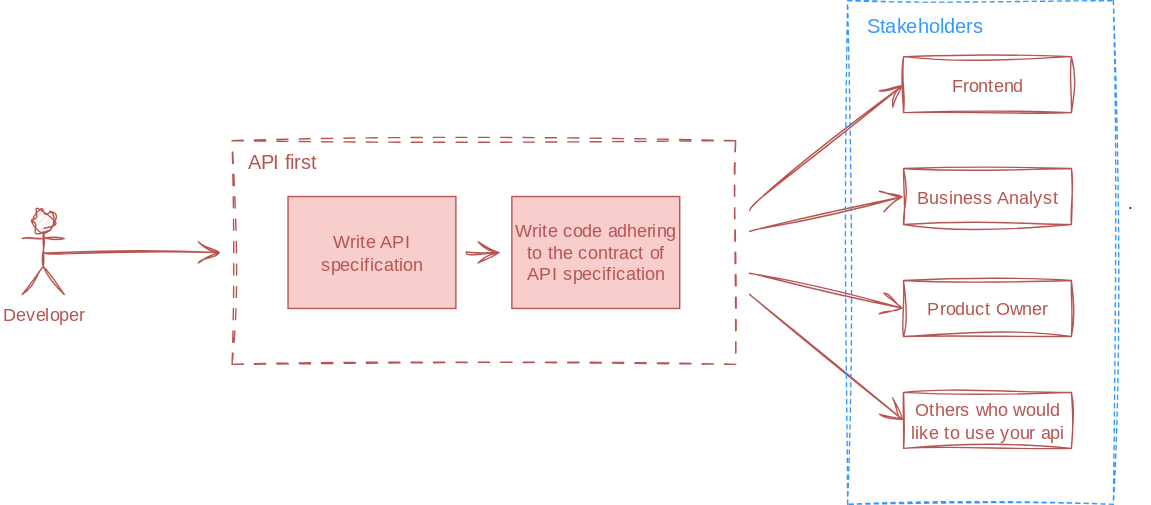
This is pages/craft/api-first/img/design-first.svg from paul58914080/paul58914080.github.io, a draw.io export, as it was before one commit. Source tidied: cells renumbered, new cells last; positions are measured from the earlier drawing's top-left corner, leaving out a move shared by most shapes. The source it was exported from:
```xml
<mxGraphModel>
  <root>
    <mxCell id="0" />
    <mxCell id="1" parent="0" />
    <mxCell id="2" style="rounded=0;whiteSpace=wrap;html=1;fontFamily=Architects Daughter;fontSource=https%3A%2F%2Ffonts.googleapis.com%2Fcss%3Ffamily%3DArchitects%2BDaughter;align=left;sketch=1;curveFitting=1;jiggle=2;dashed=1;dashPattern=8 8;fillColor=none;strokeColor=#b85450;" parent="1" vertex="1">
      <mxGeometry x="150" y="100" width="360" height="160" as="geometry" />
    </mxCell>
    <mxCell id="3" style="edgeStyle=none;curved=1;rounded=0;jettySize=auto;html=1;exitX=0.5;exitY=0.5;exitDx=0;exitDy=0;exitPerimeter=0;fontFamily=Architects Daughter;fontSource=https%3A%2F%2Ffonts.googleapis.com%2Fcss%3Ffamily%3DArchitects%2BDaughter;fontSize=16;startSize=14;endArrow=open;endSize=14;sourcePerimeterSpacing=8;targetPerimeterSpacing=8;sketch=1;curveFitting=1;jiggle=2;fillColor=#f8cecc;strokeColor=#b85450;" parent="1" edge="1" source="4" target="2">
      <mxGeometry relative="1" as="geometry" />
    </mxCell>
    <mxCell id="4" value="&lt;font style=&quot;color: rgb(184, 84, 80); font-size: 13px;&quot;&gt;Developer&lt;/font&gt;" style="shape=umlActor;verticalLabelPosition=bottom;verticalAlign=top;html=1;outlineConnect=0;fontFamily=Architects Daughter;fontSource=https%3A%2F%2Ffonts.googleapis.com%2Fcss%3Ffamily%3DArchitects%2BDaughter;sketch=1;curveFitting=1;jiggle=2;fillColor=#f8cecc;strokeColor=#b85450;" parent="1" vertex="1">
      <mxGeometry y="150" width="30" height="60" as="geometry" />
    </mxCell>
    <mxCell id="5" style="edgeStyle=none;curved=1;rounded=0;jettySize=auto;html=1;fontFamily=Architects Daughter;fontSource=https%3A%2F%2Ffonts.googleapis.com%2Fcss%3Ffamily%3DArchitects%2BDaughter;fontSize=16;startSize=14;endArrow=open;endSize=14;sourcePerimeterSpacing=8;targetPerimeterSpacing=8;sketch=1;curveFitting=1;jiggle=2;strokeColor=#B85450;" parent="1" edge="1" source="6" target="7">
      <mxGeometry relative="1" as="geometry" />
    </mxCell>
    <mxCell id="6" value="&lt;font style=&quot;color: rgb(184, 84, 80); font-size: 13px;&quot;&gt;Write API specification&lt;/font&gt;" style="rounded=0;whiteSpace=wrap;html=1;fontFamily=Architects Daughter;fontSource=https%3A%2F%2Ffonts.googleapis.com%2Fcss%3Ffamily%3DArchitects%2BDaughter;fillColor=#f8cecc;strokeColor=#b85450;" parent="1" vertex="1">
      <mxGeometry x="190" y="140" width="120" height="80" as="geometry" />
    </mxCell>
    <mxCell id="7" value="&lt;font style=&quot;color: rgb(184, 84, 80); font-size: 13px;&quot;&gt;Write code adhering to the contract of API specification&lt;/font&gt;" style="rounded=0;whiteSpace=wrap;html=1;fontFamily=Architects Daughter;fontSource=https%3A%2F%2Ffonts.googleapis.com%2Fcss%3Ffamily%3DArchitects%2BDaughter;fillColor=#f8cecc;strokeColor=#b85450;" parent="1" vertex="1">
      <mxGeometry x="350" y="140" width="120" height="80" as="geometry" />
    </mxCell>
    <mxCell id="8" style="edgeStyle=none;curved=1;rounded=0;jettySize=auto;html=1;entryX=0;entryY=0.5;entryDx=0;entryDy=0;fontFamily=Architects Daughter;fontSource=https%3A%2F%2Ffonts.googleapis.com%2Fcss%3Ffamily%3DArchitects%2BDaughter;fontSize=13;startSize=14;endArrow=open;endSize=14;sourcePerimeterSpacing=8;targetPerimeterSpacing=8;sketch=1;curveFitting=1;jiggle=2;fillColor=#f8cecc;strokeColor=#b85450;shadow=0;exitX=1;exitY=0;exitDx=0;exitDy=0;" parent="1" edge="1" target="12">
      <mxGeometry relative="1" as="geometry">
        <mxPoint x="520" y="150" as="sourcePoint" />
      </mxGeometry>
    </mxCell>
    <mxCell id="9" style="edgeStyle=none;curved=1;rounded=0;jettySize=auto;html=1;exitX=1;exitY=0.75;exitDx=0;exitDy=0;entryX=0;entryY=0.5;entryDx=0;entryDy=0;fontFamily=Architects Daughter;fontSource=https%3A%2F%2Ffonts.googleapis.com%2Fcss%3Ffamily%3DArchitects%2BDaughter;fontSize=13;startSize=14;endArrow=open;endSize=14;sourcePerimeterSpacing=8;targetPerimeterSpacing=8;sketch=1;curveFitting=1;jiggle=2;fillColor=#f8cecc;strokeColor=#b85450;shadow=0;" parent="1" edge="1" target="14">
      <mxGeometry relative="1" as="geometry">
        <mxPoint x="520" y="195" as="sourcePoint" />
      </mxGeometry>
    </mxCell>
    <mxCell id="10" style="edgeStyle=none;curved=1;rounded=0;jettySize=auto;html=1;exitX=1;exitY=1;exitDx=0;exitDy=0;entryX=0;entryY=0.5;entryDx=0;entryDy=0;fontFamily=Architects Daughter;fontSource=https%3A%2F%2Ffonts.googleapis.com%2Fcss%3Ffamily%3DArchitects%2BDaughter;fontSize=13;startSize=14;endArrow=open;endSize=14;sourcePerimeterSpacing=8;targetPerimeterSpacing=8;sketch=1;curveFitting=1;jiggle=2;fillColor=#f8cecc;strokeColor=#b85450;shadow=0;" parent="1" edge="1" target="15">
      <mxGeometry relative="1" as="geometry">
        <mxPoint x="520" y="210" as="sourcePoint" />
      </mxGeometry>
    </mxCell>
    <mxCell id="11" style="edgeStyle=none;curved=1;rounded=0;jettySize=auto;html=1;exitX=1;exitY=0.25;exitDx=0;exitDy=0;entryX=0;entryY=0.5;entryDx=0;entryDy=0;fontFamily=Architects Daughter;fontSource=https%3A%2F%2Ffonts.googleapis.com%2Fcss%3Ffamily%3DArchitects%2BDaughter;fontSize=13;startSize=14;endArrow=open;endSize=14;sourcePerimeterSpacing=8;targetPerimeterSpacing=8;sketch=1;curveFitting=1;jiggle=2;fillColor=#f8cecc;strokeColor=#b85450;shadow=0;" parent="1" edge="1" target="13">
      <mxGeometry relative="1" as="geometry">
        <mxPoint x="520" y="165" as="sourcePoint" />
      </mxGeometry>
    </mxCell>
    <mxCell id="12" value="&lt;font style=&quot;color: rgb(184, 84, 80);&quot;&gt;Frontend&lt;/font&gt;" style="rounded=0;whiteSpace=wrap;html=1;fontFamily=Architects Daughter;fontSource=https%3A%2F%2Ffonts.googleapis.com%2Fcss%3Ffamily%3DArchitects%2BDaughter;sketch=1;curveFitting=1;jiggle=2;fillColor=none;strokeColor=#B85450;shadow=0;align=center;verticalAlign=middle;fontSize=13;fontColor=default;" parent="1" vertex="1">
      <mxGeometry x="630" y="40" width="120" height="40" as="geometry" />
    </mxCell>
    <mxCell id="13" value="&lt;font style=&quot;color: rgb(184, 84, 80);&quot;&gt;Business Analyst&lt;/font&gt;" style="rounded=0;whiteSpace=wrap;html=1;fontFamily=Architects Daughter;fontSource=https%3A%2F%2Ffonts.googleapis.com%2Fcss%3Ffamily%3DArchitects%2BDaughter;sketch=1;curveFitting=1;jiggle=2;fillColor=none;strokeColor=#B85450;shadow=0;align=center;verticalAlign=middle;fontSize=13;fontColor=default;" parent="1" vertex="1">
      <mxGeometry x="630" y="120" width="120" height="40" as="geometry" />
    </mxCell>
    <mxCell id="14" value="&lt;font style=&quot;color: rgb(184, 84, 80);&quot;&gt;Product Owner&lt;/font&gt;" style="rounded=0;whiteSpace=wrap;html=1;fontFamily=Architects Daughter;fontSource=https%3A%2F%2Ffonts.googleapis.com%2Fcss%3Ffamily%3DArchitects%2BDaughter;sketch=1;curveFitting=1;jiggle=2;fillColor=none;strokeColor=#B85450;shadow=0;align=center;verticalAlign=middle;fontSize=13;fontColor=default;" parent="1" vertex="1">
      <mxGeometry x="630" y="200" width="120" height="40" as="geometry" />
    </mxCell>
    <mxCell id="15" value="&lt;font style=&quot;color: rgb(184, 84, 80);&quot;&gt;Others who would like to use your api&lt;/font&gt;" style="rounded=0;whiteSpace=wrap;html=1;fontFamily=Architects Daughter;fontSource=https%3A%2F%2Ffonts.googleapis.com%2Fcss%3Ffamily%3DArchitects%2BDaughter;sketch=1;curveFitting=1;jiggle=2;fillColor=none;strokeColor=#B85450;shadow=0;align=center;verticalAlign=middle;fontSize=13;fontColor=default;" parent="1" vertex="1">
      <mxGeometry x="630" y="280" width="120" height="40" as="geometry" />
    </mxCell>
    <mxCell id="16" value="&lt;font style=&quot;color: rgb(184, 84, 80); font-size: 14px;&quot;&gt;API first&lt;/font&gt;" style="text;html=1;align=center;verticalAlign=middle;whiteSpace=wrap;rounded=0;fontFamily=Architects Daughter;fontSource=https%3A%2F%2Ffonts.googleapis.com%2Fcss%3Ffamily%3DArchitects%2BDaughter;" parent="1" vertex="1">
      <mxGeometry x="156" y="100" width="60" height="30" as="geometry" />
    </mxCell>
    <mxCell id="17" style="rounded=0;whiteSpace=wrap;html=1;fontFamily=Architects Daughter;fontSource=https%3A%2F%2Ffonts.googleapis.com%2Fcss%3Ffamily%3DArchitects%2BDaughter;fillColor=none;sketch=1;curveFitting=1;jiggle=2;strokeColor=#3399FF;dashed=1;" parent="1" vertex="1">
      <mxGeometry x="590" width="190" height="360" as="geometry" />
    </mxCell>
    <mxCell id="18" value="&lt;font style=&quot;font-size: 14px; color: rgb(51, 153, 255);&quot;&gt;Stakeholders&lt;/font&gt;" style="text;html=1;align=center;verticalAlign=middle;whiteSpace=wrap;rounded=0;fontFamily=Architects Daughter;fontSource=https%3A%2F%2Ffonts.googleapis.com%2Fcss%3Ffamily%3DArchitects%2BDaughter;" parent="1" vertex="1">
      <mxGeometry x="601" y="3" width="89" height="30" as="geometry" />
    </mxCell>
    <mxCell id="19" value="&lt;font style=&quot;color: rgb(31, 32, 40);&quot;&gt;.&lt;/font&gt;" style="text;html=1;align=center;verticalAlign=middle;whiteSpace=wrap;rounded=0;fontFamily=Architects Daughter;fontSource=https%3A%2F%2Ffonts.googleapis.com%2Fcss%3Ffamily%3DArchitects%2BDaughter;" parent="1" vertex="1">
      <mxGeometry x="777" y="130" width="30" height="30" as="geometry" />
    </mxCell>
  </root>
</mxGraphModel>
```
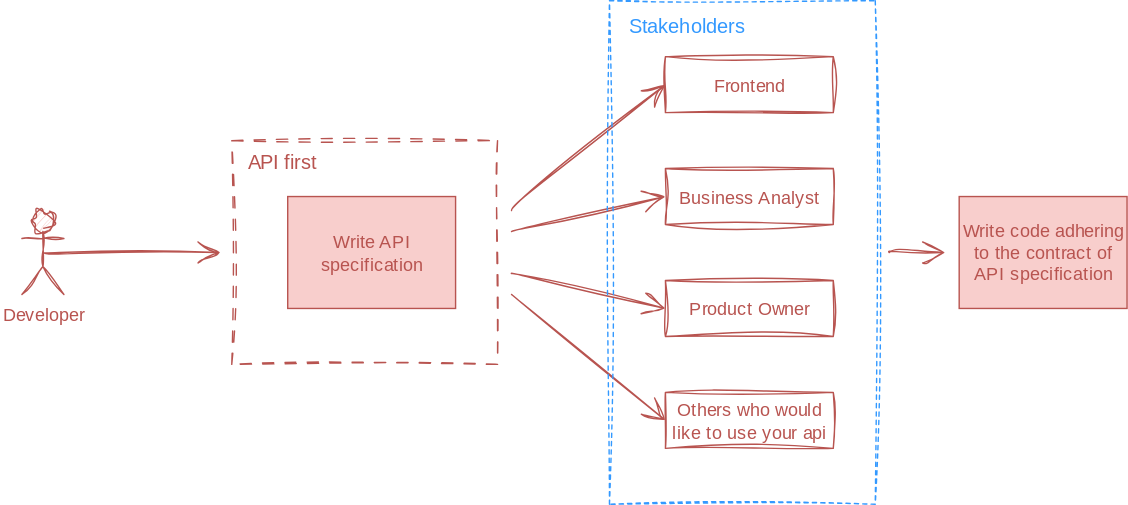
Above is the later version.

Commit message:
Deployed a4ff106 with MkDocs version: 1.4.3

The edit, as a diff of the source:
```diff
@@ -3,22 +3,19 @@
     <mxCell id="0" />
     <mxCell id="1" parent="0" />
     <mxCell id="2" style="rounded=0;whiteSpace=wrap;html=1;fontFamily=Architects Daughter;fontSource=https%3A%2F%2Ffonts.googleapis.com%2Fcss%3Ffamily%3DArchitects%2BDaughter;align=left;sketch=1;curveFitting=1;jiggle=2;dashed=1;dashPattern=8 8;fillColor=none;strokeColor=#b85450;" parent="1" vertex="1">
-      <mxGeometry x="150" y="100" width="360" height="160" as="geometry" />
+      <mxGeometry x="320" y="100" width="190" height="160" as="geometry" />
     </mxCell>
     <mxCell id="3" style="edgeStyle=none;curved=1;rounded=0;jettySize=auto;html=1;exitX=0.5;exitY=0.5;exitDx=0;exitDy=0;exitPerimeter=0;fontFamily=Architects Daughter;fontSource=https%3A%2F%2Ffonts.googleapis.com%2Fcss%3Ffamily%3DArchitects%2BDaughter;fontSize=16;startSize=14;endArrow=open;endSize=14;sourcePerimeterSpacing=8;targetPerimeterSpacing=8;sketch=1;curveFitting=1;jiggle=2;fillColor=#f8cecc;strokeColor=#b85450;" parent="1" edge="1" source="4" target="2">
       <mxGeometry relative="1" as="geometry" />
     </mxCell>
     <mxCell id="4" value="&lt;font style=&quot;color: rgb(184, 84, 80); font-size: 13px;&quot;&gt;Developer&lt;/font&gt;" style="shape=umlActor;verticalLabelPosition=bottom;verticalAlign=top;html=1;outlineConnect=0;fontFamily=Architects Daughter;fontSource=https%3A%2F%2Ffonts.googleapis.com%2Fcss%3Ffamily%3DArchitects%2BDaughter;sketch=1;curveFitting=1;jiggle=2;fillColor=#f8cecc;strokeColor=#b85450;" parent="1" vertex="1">
-      <mxGeometry y="150" width="30" height="60" as="geometry" />
+      <mxGeometry x="170" y="150" width="30" height="60" as="geometry" />
     </mxCell>
-    <mxCell id="5" style="edgeStyle=none;curved=1;rounded=0;jettySize=auto;html=1;fontFamily=Architects Daughter;fontSource=https%3A%2F%2Ffonts.googleapis.com%2Fcss%3Ffamily%3DArchitects%2BDaughter;fontSize=16;startSize=14;endArrow=open;endSize=14;sourcePerimeterSpacing=8;targetPerimeterSpacing=8;sketch=1;curveFitting=1;jiggle=2;strokeColor=#B85450;" parent="1" edge="1" source="6" target="7">
-      <mxGeometry relative="1" as="geometry" />
-    </mxCell>
     <mxCell id="6" value="&lt;font style=&quot;color: rgb(184, 84, 80); font-size: 13px;&quot;&gt;Write API specification&lt;/font&gt;" style="rounded=0;whiteSpace=wrap;html=1;fontFamily=Architects Daughter;fontSource=https%3A%2F%2Ffonts.googleapis.com%2Fcss%3Ffamily%3DArchitects%2BDaughter;fillColor=#f8cecc;strokeColor=#b85450;" parent="1" vertex="1">
-      <mxGeometry x="190" y="140" width="120" height="80" as="geometry" />
+      <mxGeometry x="360" y="140" width="120" height="80" as="geometry" />
     </mxCell>
     <mxCell id="7" value="&lt;font style=&quot;color: rgb(184, 84, 80); font-size: 13px;&quot;&gt;Write code adhering to the contract of API specification&lt;/font&gt;" style="rounded=0;whiteSpace=wrap;html=1;fontFamily=Architects Daughter;fontSource=https%3A%2F%2Ffonts.googleapis.com%2Fcss%3Ffamily%3DArchitects%2BDaughter;fillColor=#f8cecc;strokeColor=#b85450;" parent="1" vertex="1">
-      <mxGeometry x="350" y="140" width="120" height="80" as="geometry" />
+      <mxGeometry x="840" y="140" width="120" height="80" as="geometry" />
     </mxCell>
     <mxCell id="8" style="edgeStyle=none;curved=1;rounded=0;jettySize=auto;html=1;entryX=0;entryY=0.5;entryDx=0;entryDy=0;fontFamily=Architects Daughter;fontSource=https%3A%2F%2Ffonts.googleapis.com%2Fcss%3Ffamily%3DArchitects%2BDaughter;fontSize=13;startSize=14;endArrow=open;endSize=14;sourcePerimeterSpacing=8;targetPerimeterSpacing=8;sketch=1;curveFitting=1;jiggle=2;fillColor=#f8cecc;strokeColor=#b85450;shadow=0;exitX=1;exitY=0;exitDx=0;exitDy=0;" parent="1" edge="1" target="12">
       <mxGeometry relative="1" as="geometry">
@@ -53,7 +50,7 @@
       <mxGeometry x="630" y="280" width="120" height="40" as="geometry" />
     </mxCell>
     <mxCell id="16" value="&lt;font style=&quot;color: rgb(184, 84, 80); font-size: 14px;&quot;&gt;API first&lt;/font&gt;" style="text;html=1;align=center;verticalAlign=middle;whiteSpace=wrap;rounded=0;fontFamily=Architects Daughter;fontSource=https%3A%2F%2Ffonts.googleapis.com%2Fcss%3Ffamily%3DArchitects%2BDaughter;" parent="1" vertex="1">
-      <mxGeometry x="156" y="100" width="60" height="30" as="geometry" />
+      <mxGeometry x="326" y="100" width="60" height="30" as="geometry" />
     </mxCell>
     <mxCell id="17" style="rounded=0;whiteSpace=wrap;html=1;fontFamily=Architects Daughter;fontSource=https%3A%2F%2Ffonts.googleapis.com%2Fcss%3Ffamily%3DArchitects%2BDaughter;fillColor=none;sketch=1;curveFitting=1;jiggle=2;strokeColor=#3399FF;dashed=1;" parent="1" vertex="1">
       <mxGeometry x="590" width="190" height="360" as="geometry" />
@@ -61,8 +58,11 @@
     <mxCell id="18" value="&lt;font style=&quot;font-size: 14px; color: rgb(51, 153, 255);&quot;&gt;Stakeholders&lt;/font&gt;" style="text;html=1;align=center;verticalAlign=middle;whiteSpace=wrap;rounded=0;fontFamily=Architects Daughter;fontSource=https%3A%2F%2Ffonts.googleapis.com%2Fcss%3Ffamily%3DArchitects%2BDaughter;" parent="1" vertex="1">
       <mxGeometry x="601" y="3" width="89" height="30" as="geometry" />
     </mxCell>
-    <mxCell id="19" value="&lt;font style=&quot;color: rgb(31, 32, 40);&quot;&gt;.&lt;/font&gt;" style="text;html=1;align=center;verticalAlign=middle;whiteSpace=wrap;rounded=0;fontFamily=Architects Daughter;fontSource=https%3A%2F%2Ffonts.googleapis.com%2Fcss%3Ffamily%3DArchitects%2BDaughter;" parent="1" vertex="1">
-      <mxGeometry x="777" y="130" width="30" height="30" as="geometry" />
-    </mxCell>
+    <mxCell id="20" style="edgeStyle=none;orthogonalLoop=1;jettySize=auto;html=1;rounded=0;fontFamily=Architects Daughter;fontSource=https%3A%2F%2Ffonts.googleapis.com%2Fcss%3Ffamily%3DArchitects%2BDaughter;fontSize=16;startSize=14;endArrow=open;endSize=14;sourcePerimeterSpacing=8;targetPerimeterSpacing=8;curved=1;sketch=1;curveFitting=1;jiggle=2;fillColor=#f8cecc;strokeColor=#b85450;" parent="1" edge="1">
+      <mxGeometry relative="1" as="geometry">
+        <mxPoint x="790" y="180" as="sourcePoint" />
+        <mxPoint x="830" y="180" as="targetPoint" />
+      </mxGeometry>
+    </mxCell>
   </root>
 </mxGraphModel>
```
